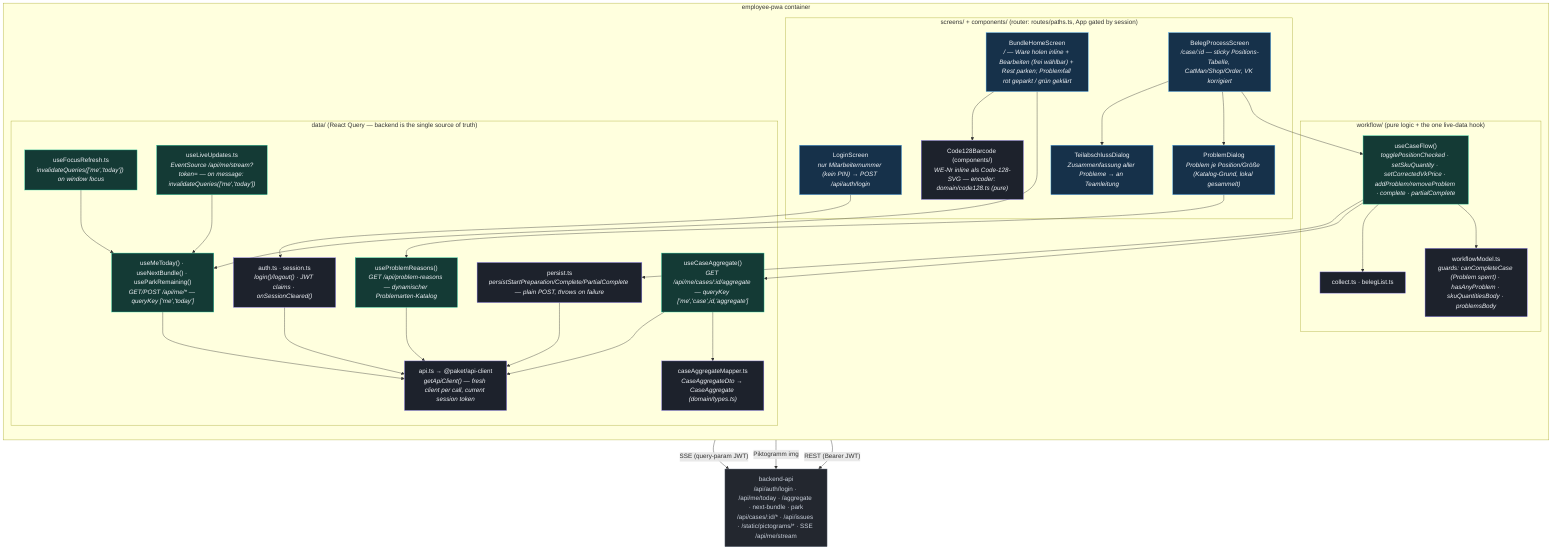
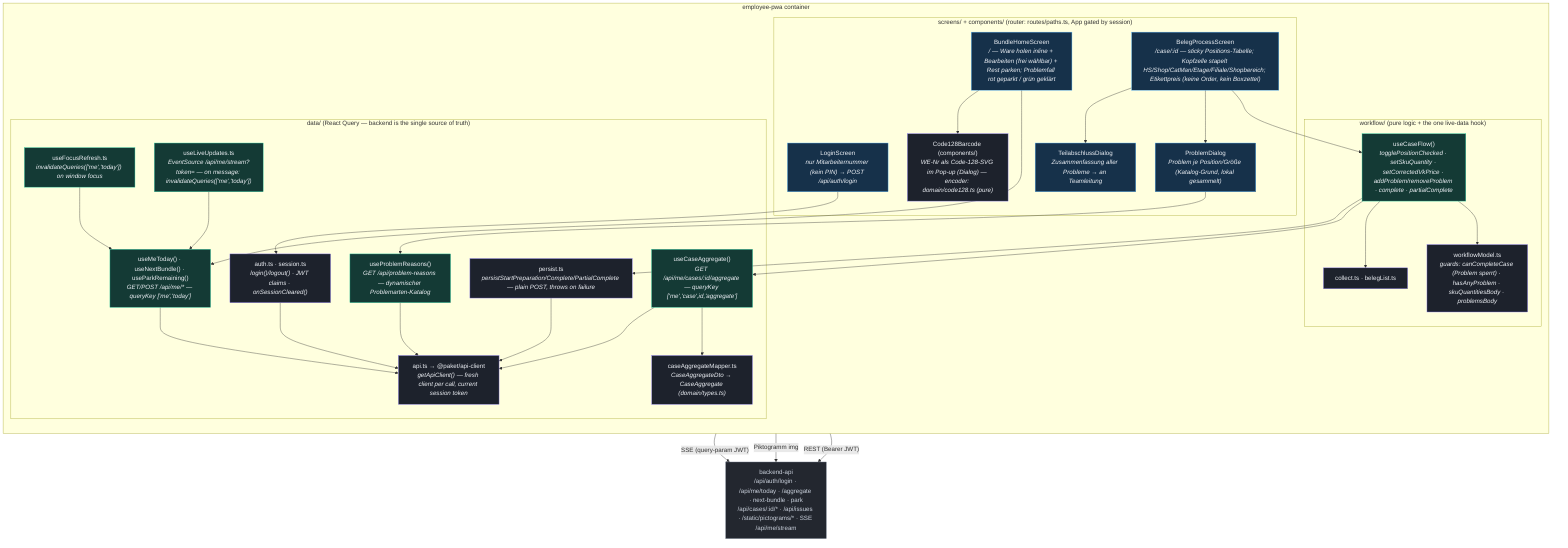
%% C4 Level 3 — Components: employee-pwa (React + Vite PWA)
%% Verified against apps/employee-pwa/src/* (screens/, workflow/, data/, routes/) — tasks 13-17.
%% Real employee login (data/auth.ts) gates the app; the backend is the single source of
%% truth via React Query plus an SSE live-update channel — the former Dexie-backed db/
%% (offline-first cache), events/ (local audit log) and seed/sync/repository modules are
%% gone (tasks 10-13). Task 15 added useLiveUpdates() (GET /api/me/stream, SSE).
flowchart TB
    classDef screen fill:#16314a,stroke:#56b6ff,color:#eef1f6;
    classDef hook fill:#143a35,stroke:#2dd4a7,color:#eef1f6;
    classDef logic fill:#1d222c,stroke:#8b7cf6,color:#eef1f6;
    classDef ext fill:#23272f,stroke:#7c8696,color:#cbd2dd;

    api["backend-api<br/>/api/auth/login · /api/me/today · /aggregate · next-bundle · park<br/>/api/cases/:id/* · /api/issues · /static/pictograms/* · SSE /api/me/stream"]:::ext

    subgraph pwa["employee-pwa container"]
        direction TB
        subgraph screens["screens/ + components/ (router: routes/paths.ts, App gated by session)"]
            login["LoginScreen<br/><i>nur Mitarbeiternummer (kein PIN) → POST /api/auth/login</i>"]:::screen
            home["BundleHomeScreen<br/><i>/ — Ware holen inline + Bearbeiten (frei wählbar) + Rest parken; Problemfall rot geparkt / grün geklärt</i>"]:::screen
-             barcode["Code128Barcode (components/)<br/><i>WE-Nr inline als Code-128-SVG — encoder: domain/code128.ts (pure)</i>"]:::logic
-             process["BelegProcessScreen<br/><i>/case/:id — sticky Positions-Tabelle, CatMan/Shop/Order, VK korrigiert</i>"]:::screen
+             barcode["Code128Barcode (components/)<br/><i>WE-Nr als Code-128-SVG im Pop-up (Dialog) — encoder: domain/code128.ts (pure)</i>"]:::logic
+             process["BelegProcessScreen<br/><i>/case/:id — sticky Positions-Tabelle; Kopfzelle stapelt HS/Shop/CatMan/Etage/Filiale/Shopbereich; Etikettpreis (keine Order, kein Boxzettel)</i>"]:::screen
            problemDlg["ProblemDialog<br/><i>Problem je Position/Größe (Katalog-Grund, lokal gesammelt)</i>"]:::screen
            teilDlg["TeilabschlussDialog<br/><i>Zusammenfassung aller Probleme → an Teamleitung</i>"]:::screen
        end
        subgraph wf["workflow/ (pure logic + the one live-data hook)"]
            useCaseFlow["useCaseFlow()<br/><i>togglePositionChecked · setSkuQuantity · setCorrectedVkPrice · addProblem/removeProblem · complete · partialComplete</i>"]:::hook
            model["workflowModel.ts<br/><i>guards: canCompleteCase (Problem sperrt) · hasAnyProblem · skuQuantitiesBody · problemsBody</i>"]:::logic
            collectLogic["collect.ts · belegList.ts"]:::logic
        end
        subgraph data["data/ (React Query — backend is the single source of truth)"]
            apiClient["api.ts → @paket/api-client<br/><i>getApiClient() — fresh client per call, current session token</i>"]:::logic
            auth["auth.ts · session.ts<br/><i>login()/logout() · JWT claims · onSessionCleared()</i>"]:::logic
            meToday["useMeToday() · useNextBundle() · useParkRemaining()<br/><i>GET/POST /api/me/* — queryKey ['me','today']</i>"]:::hook
            caseAgg["useCaseAggregate()<br/><i>GET /api/me/cases/:id/aggregate — queryKey ['me','case',id,'aggregate']</i>"]:::hook
            reasons["useProblemReasons()<br/><i>GET /api/problem-reasons — dynamischer Problemarten-Katalog</i>"]:::hook
            mapper["caseAggregateMapper.ts<br/><i>CaseAggregateDto → CaseAggregate (domain/types.ts)</i>"]:::logic
            persist["persist.ts<br/><i>persistStartPreparation/Complete/PartialComplete — plain POST, throws on failure</i>"]:::logic
            focus["useFocusRefresh.ts<br/><i>invalidateQueries(['me','today']) on window focus</i>"]:::hook
            live["useLiveUpdates.ts<br/><i>EventSource /api/me/stream?token= — on message: invalidateQueries(['me','today'])</i>"]:::hook
        end
    end

    login --> auth
    auth --> apiClient
    home --> meToday
    home --> barcode
    process --> useCaseFlow
    process --> problemDlg
    process --> teilDlg
    problemDlg --> reasons
    useCaseFlow --> model
    useCaseFlow --> collectLogic
    useCaseFlow --> caseAgg
    useCaseFlow --> persist
    reasons --> apiClient
    caseAgg --> mapper
    caseAgg --> apiClient
    meToday --> apiClient
    persist --> apiClient
    focus --> meToday
    live --> meToday
    live -->|"SSE (query-param JWT)"| api
    process -->|"Piktogramm img"| api
    apiClient -->|"REST (Bearer JWT)"| api
